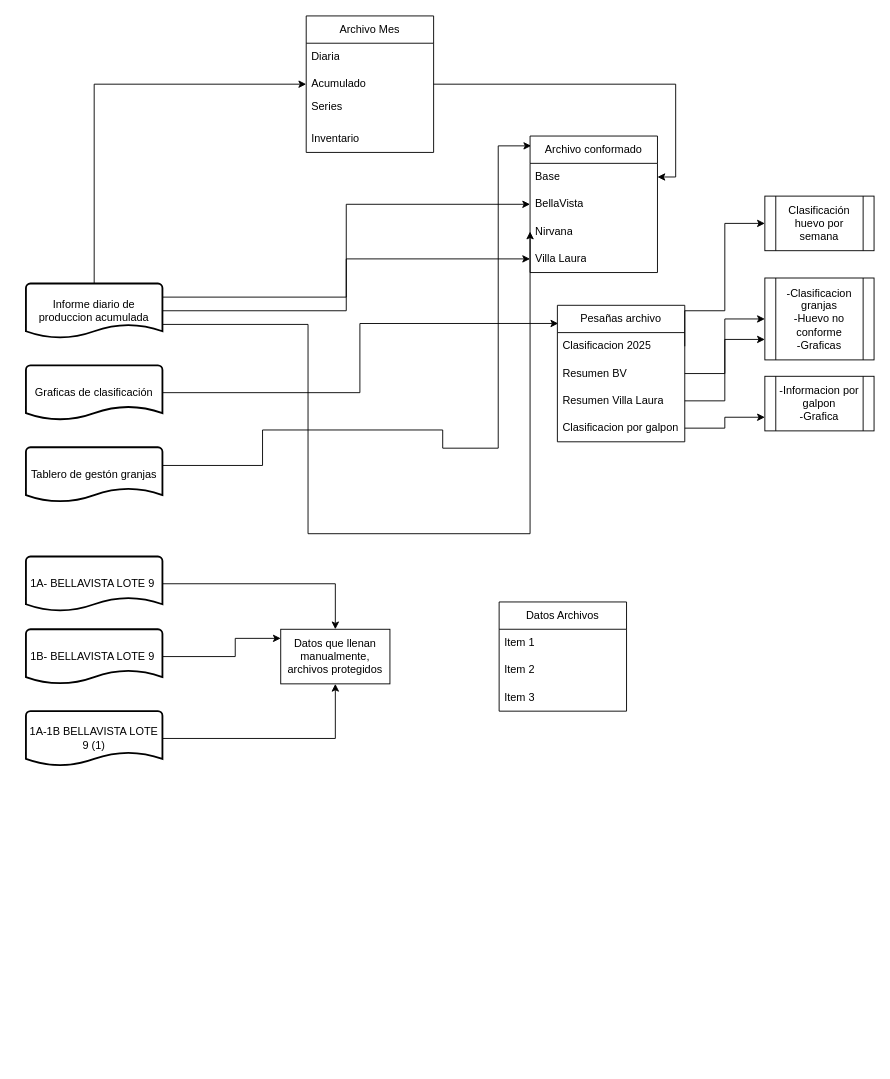
Above: Diagrama sin título.drawio in DianaSuescaOvosanti/Diagramas-Granjas (draw.io), before the change. Source tidied: cells renumbered, new cells numbered last; positions are measured from the earlier drawing's top-left corner, leaving out a move shared by most shapes. Both pictures are drawn from the tidied source at 91%, with x=0, y=0 at pixel (25, 15).
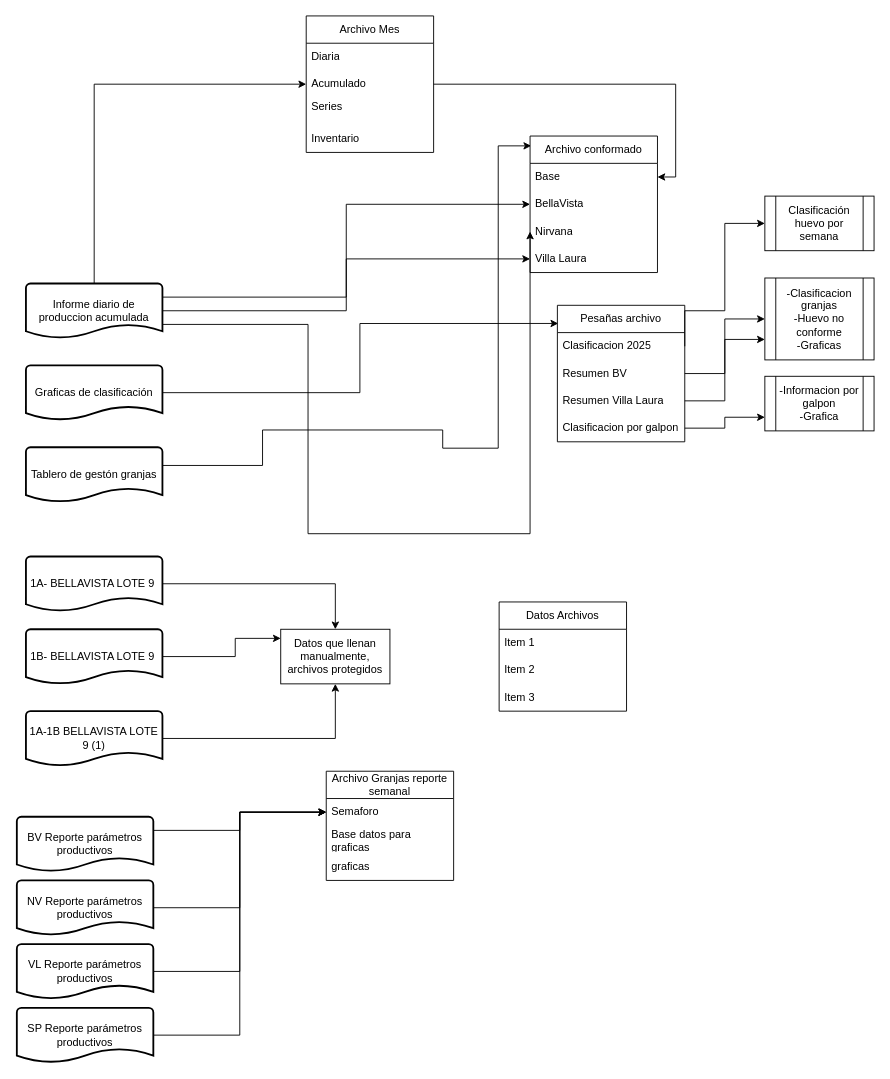
Above is the later version.

Change to the diagram source:
```diff
@@
+    <mxCell id="45" style="edgeStyle=orthogonalEdgeStyle;rounded=0;jettySize=auto;html=1;exitX=1;exitY=0.25;exitDx=0;exitDy=0;exitPerimeter=0;entryX=0;entryY=0.5;entryDx=0;entryDy=0;" parent="1" edge="1" source="46" target="50">
+      <mxGeometry relative="1" as="geometry" />
+    </mxCell>
+    <mxCell id="46" value="BV Reporte parámetros productivos" style="strokeWidth=2;html=1;shape=mxgraph.flowchart.document2;whiteSpace=wrap;size=0.25;" parent="1" vertex="1">
+      <mxGeometry x="-10" y="880" width="150" height="60" as="geometry" />
+    </mxCell>
+    <mxCell id="47" style="edgeStyle=orthogonalEdgeStyle;rounded=0;jettySize=auto;html=1;exitX=1;exitY=0.5;exitDx=0;exitDy=0;exitPerimeter=0;entryX=0;entryY=0.5;entryDx=0;entryDy=0;" parent="1" edge="1" source="48" target="50">
+      <mxGeometry relative="1" as="geometry" />
+    </mxCell>
+    <mxCell id="48" value="VL Reporte parámetros productivos" style="strokeWidth=2;html=1;shape=mxgraph.flowchart.document2;whiteSpace=wrap;size=0.25;" parent="1" vertex="1">
+      <mxGeometry x="-10" y="1020" width="150" height="60" as="geometry" />
+    </mxCell>
+    <mxCell id="49" value="Archivo Granjas reporte semanal" style="swimlane;fontStyle=0;horizontal=1;startSize=30;whiteSpace=wrap;html=1;" parent="1" vertex="1">
+      <mxGeometry x="330" y="830" width="140" height="120" as="geometry" />
+    </mxCell>
+    <mxCell id="50" value="Semaforo" style="text;strokeColor=none;fillColor=none;align=left;verticalAlign=middle;spacingLeft=4;spacingRight=4;overflow=hidden;points=[[0,0.5],[1,0.5]];portConstraint=eastwest;whiteSpace=wrap;html=1;" parent="49" vertex="1">
+      <mxGeometry y="30" width="140" height="30" as="geometry" />
+    </mxCell>
+    <mxCell id="51" value="Base datos para graficas" style="text;strokeColor=none;fillColor=none;align=left;verticalAlign=middle;spacingLeft=4;spacingRight=4;overflow=hidden;whiteSpace=wrap;html=1;" parent="49" vertex="1">
+      <mxGeometry y="60" width="140" height="30" as="geometry" />
+    </mxCell>
+    <mxCell id="52" value="graficas" style="text;strokeColor=none;fillColor=none;align=left;verticalAlign=middle;spacingLeft=4;spacingRight=4;overflow=hidden;whiteSpace=wrap;html=1;" parent="49" vertex="1">
+      <mxGeometry y="90" width="140" height="30" as="geometry" />
+    </mxCell>
+    <mxCell id="53" style="edgeStyle=orthogonalEdgeStyle;rounded=0;jettySize=auto;html=1;exitX=1;exitY=0.5;exitDx=0;exitDy=0;exitPerimeter=0;entryX=0;entryY=0.5;entryDx=0;entryDy=0;" parent="1" edge="1" source="54" target="50">
+      <mxGeometry relative="1" as="geometry" />
+    </mxCell>
+    <mxCell id="54" value="NV Reporte parámetros productivos" style="strokeWidth=2;html=1;shape=mxgraph.flowchart.document2;whiteSpace=wrap;size=0.25;" parent="1" vertex="1">
+      <mxGeometry x="-10" y="950" width="150" height="60" as="geometry" />
+    </mxCell>
+    <mxCell id="55" style="edgeStyle=orthogonalEdgeStyle;rounded=0;jettySize=auto;html=1;exitX=1;exitY=0.5;exitDx=0;exitDy=0;exitPerimeter=0;entryX=0;entryY=0.5;entryDx=0;entryDy=0;" parent="1" edge="1" source="56" target="50">
+      <mxGeometry relative="1" as="geometry" />
+    </mxCell>
+    <mxCell id="56" value="SP Reporte parámetros productivos" style="strokeWidth=2;html=1;shape=mxgraph.flowchart.document2;whiteSpace=wrap;size=0.25;" parent="1" vertex="1">
+      <mxGeometry x="-10" y="1090" width="150" height="60" as="geometry" />
+    </mxCell>
```
